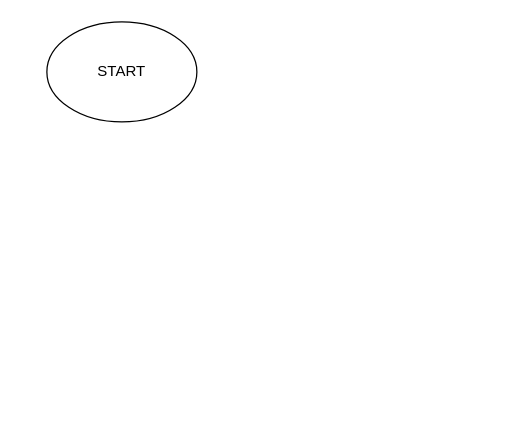
PratikBali/flowchart keeps this draw.io diagram as USCC-25219.drawio. Above is the earlier version. Source tidied: cells renumbered, new cells numbered last; positions are measured from the earlier drawing's top-left corner, leaving out a move shared by most shapes. Both pictures are drawn from the tidied source at 125%, with x=0, y=0 at pixel (46, 21).
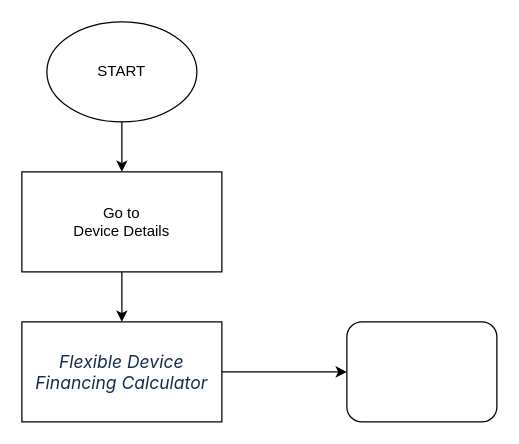
The same page after the edit.

What changed in the source:
```diff
@@
 <mxGraphModel>
   <root>
     <mxCell id="0" />
     <mxCell id="1" parent="0" />
+    <mxCell id="3" style="edgeStyle=orthogonalEdgeStyle;rounded=0;jettySize=auto;html=1;" parent="1" edge="1" source="2" target="5">
+      <mxGeometry relative="1" as="geometry" />
+    </mxCell>
     <mxCell id="2" value="START" style="ellipse;whiteSpace=wrap;html=1;" parent="1" vertex="1">
       <mxGeometry width="120" height="80" as="geometry" />
     </mxCell>
+    <mxCell id="4" style="edgeStyle=orthogonalEdgeStyle;rounded=0;jettySize=auto;html=1;" parent="1" edge="1" source="5" target="7">
+      <mxGeometry relative="1" as="geometry" />
+    </mxCell>
+    <mxCell id="5" value="Go to &lt;br&gt;Device Details" style="whiteSpace=wrap;html=1;" parent="1" vertex="1">
+      <mxGeometry x="-20" y="120" width="160" height="80" as="geometry" />
+    </mxCell>
+    <mxCell id="6" style="edgeStyle=orthogonalEdgeStyle;rounded=0;jettySize=auto;html=1;" parent="1" edge="1" source="7" target="8">
+      <mxGeometry relative="1" as="geometry" />
+    </mxCell>
+    <mxCell id="7" value="&lt;em style=&quot;color: rgb(23, 43, 77); font-family: -apple-system, BlinkMacSystemFont, &amp;quot;Segoe UI&amp;quot;, Roboto, Oxygen, Ubuntu, &amp;quot;Fira Sans&amp;quot;, &amp;quot;Droid Sans&amp;quot;, &amp;quot;Helvetica Neue&amp;quot;, sans-serif; font-size: 14px; text-align: left; background-color: rgb(255, 255, 255);&quot;&gt;Flexible Device Financing Calculator&lt;/em&gt;" style="whiteSpace=wrap;html=1;" parent="1" vertex="1">
+      <mxGeometry x="-20" y="240" width="160" height="80" as="geometry" />
+    </mxCell>
+    <mxCell id="8" style="whiteSpace=wrap;html=1;rounded=1;" parent="1" vertex="1">
+      <mxGeometry x="240" y="240" width="120" height="80" as="geometry" />
+    </mxCell>
   </root>
 </mxGraphModel>
```
